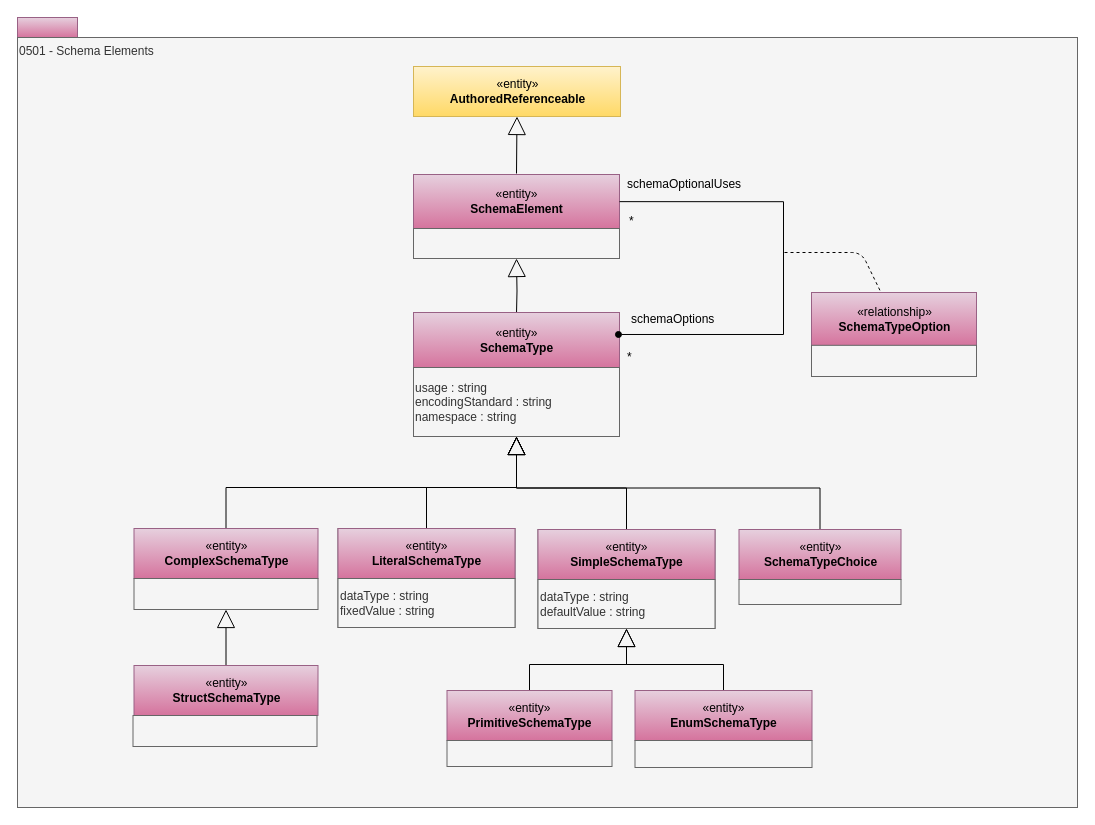
Above: page "0501-Schema-Elements" (2 of 33) of site/docs/types/5/area-5-models-and-schema.drawio in odpi/egeria-docs (draw.io), before the change. Source tidied: cells renumbered, new cells numbered last; positions are measured from the earlier drawing's top-left corner, leaving out a move shared by most shapes. Both pictures are drawn from the tidied source at 100%, with x=0, y=0 at pixel (17, 17).
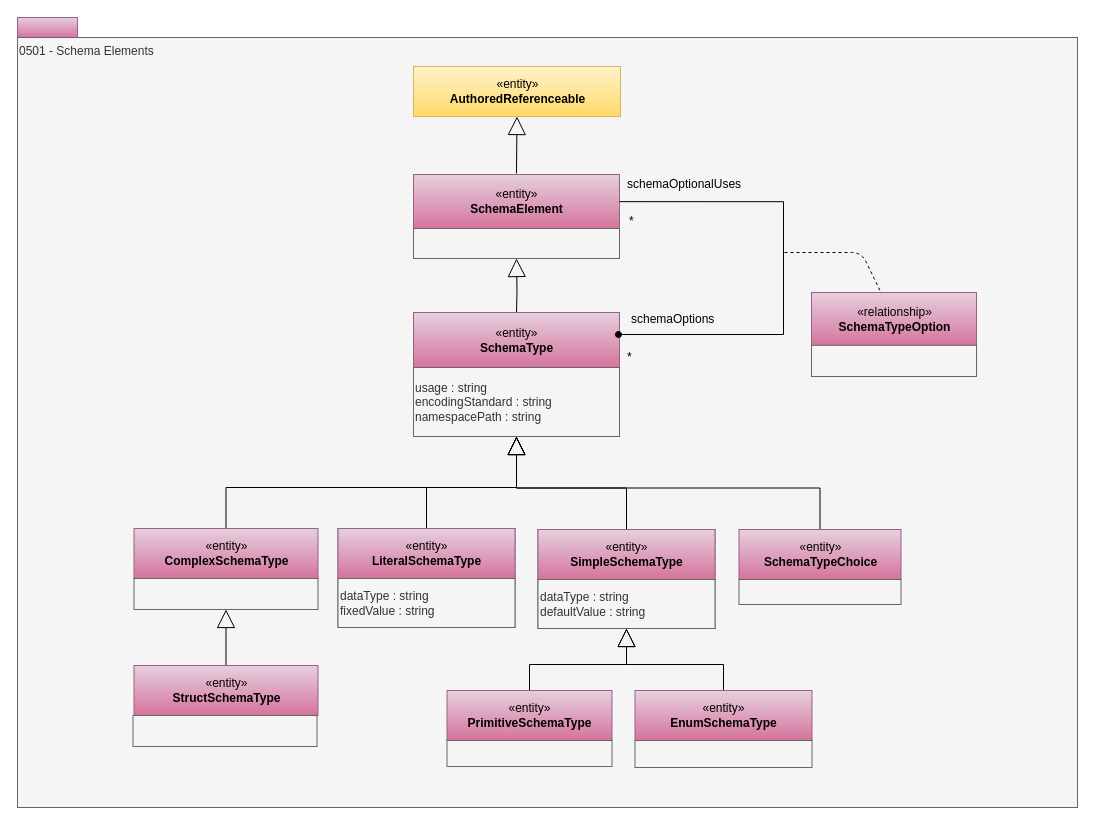
Above is the later version.

The edit, as a diff of the source:
```diff
@@
-    <mxCell id="25" value="usage : string&lt;br&gt;encodingStandard : string&lt;br&gt;namespace : string&lt;br&gt;&lt;div style=&quot;text-align: left&quot;&gt;&lt;/div&gt;" style="rounded=0;whiteSpace=wrap;html=1;strokeColor=#666666;align=left;fillColor=#f5f5f5;fontColor=#333333;" parent="1" vertex="1">
+    <mxCell id="25" value="usage : string&lt;br&gt;encodingStandard : string&lt;br&gt;namespacePath : string&lt;br&gt;&lt;div style=&quot;text-align: left&quot;&gt;&lt;/div&gt;" style="rounded=0;whiteSpace=wrap;html=1;strokeColor=#666666;align=left;fillColor=#f5f5f5;fontColor=#333333;" parent="1" vertex="1">
       <mxGeometry x="396" y="350" width="206" height="69" as="geometry" />
     </mxCell>
```
